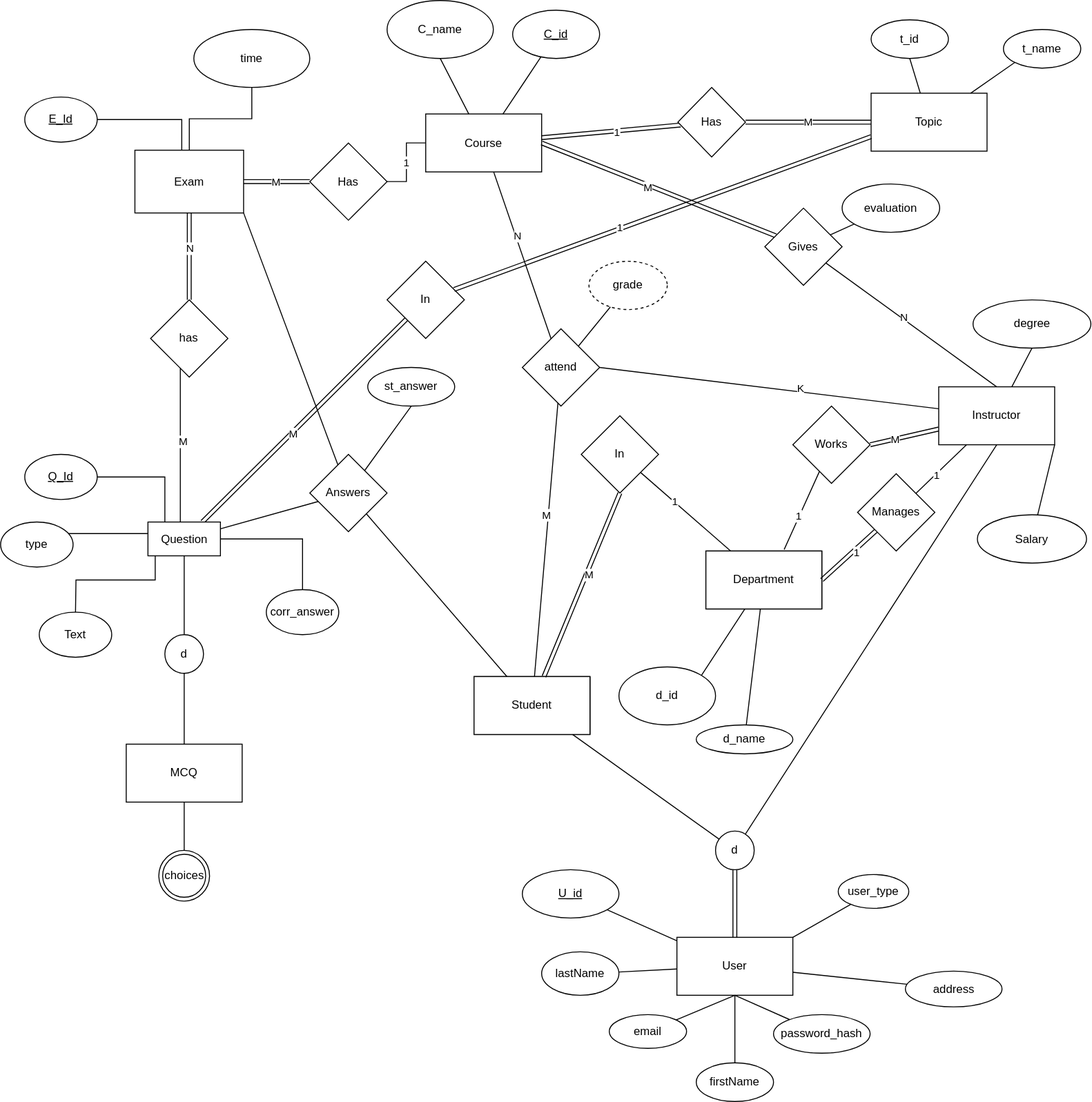
Earlier version of the draw.io export design/ERD.drawio.svg (abdo1819/Examination-system). Source tidied: cells renumbered, new cells last; positions are measured from the earlier drawing's top-left corner, leaving out a move shared by most shapes.
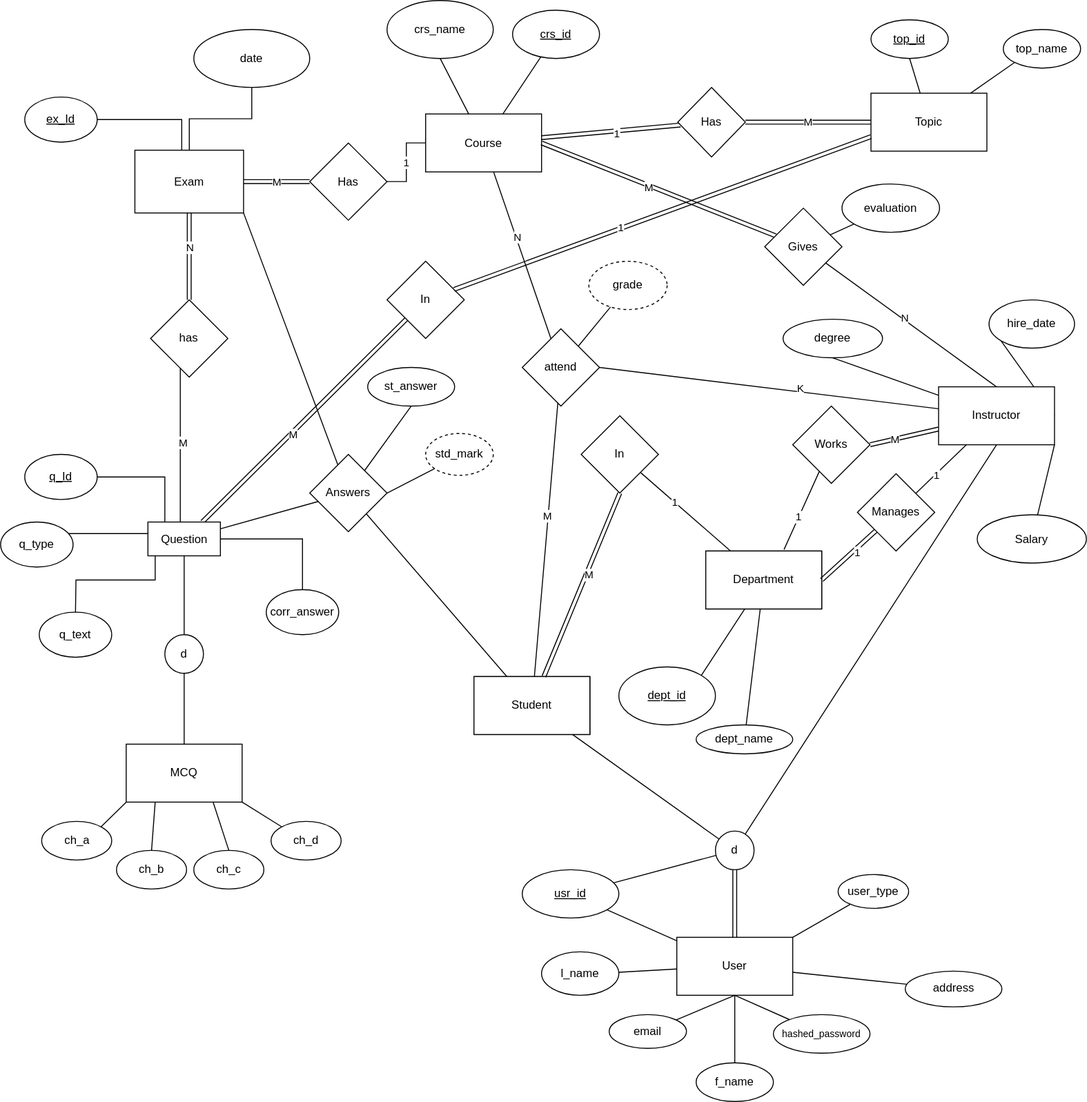
The same file after the commit.

Commit message:
syncing names in ERD, added std_mark derived column

Change to the diagram source:
```diff
@@ -3,7 +3,7 @@
     <mxCell id="0" />
     <mxCell id="1" parent="0" />
     <mxCell id="2" style="group;" parent="1" vertex="1">
-      <mxGeometry y="80" width="839" height="310" as="geometry" />
+      <mxGeometry y="80" width="913" height="310" as="geometry" />
     </mxCell>
     <mxCell id="3" style="edgeStyle=orthogonalEdgeStyle;shape=link;rounded=0;jettySize=auto;html=1;" parent="2" edge="1" source="5" target="9">
       <mxGeometry relative="1" as="geometry" />
@@ -19,7 +19,7 @@
     <mxCell id="6" style="group;" parent="2" vertex="1">
       <mxGeometry x="25" y="20" width="250" height="105" as="geometry" />
     </mxCell>
-    <mxCell id="7" value="&lt;u&gt;E_Id&lt;/u&gt;" style="ellipse;whiteSpace=wrap;html=1;" parent="6" vertex="1">
+    <mxCell id="7" value="&lt;u&gt;ex_Id&lt;/u&gt;" style="ellipse;whiteSpace=wrap;html=1;" parent="6" vertex="1">
       <mxGeometry width="75" height="46.7" as="geometry" />
     </mxCell>
     <mxCell id="8" value="In" style="rhombus;whiteSpace=wrap;html=1;" parent="2" vertex="1">
@@ -53,13 +53,13 @@
     <mxCell id="16" value="Course" style="rounded=0;whiteSpace=wrap;html=1;" parent="15" vertex="1">
       <mxGeometry x="40" y="117.5" width="120" height="60" as="geometry" />
     </mxCell>
-    <mxCell id="17" value="&lt;u&gt;C_id&lt;/u&gt;" style="ellipse;whiteSpace=wrap;html=1;" parent="15" vertex="1">
+    <mxCell id="17" value="&lt;u&gt;crs_id&lt;/u&gt;" style="ellipse;whiteSpace=wrap;html=1;" parent="15" vertex="1">
       <mxGeometry x="130" y="10" width="90" height="50" as="geometry" />
     </mxCell>
     <mxCell id="18" style="edgeStyle=none;rounded=0;jettySize=auto;html=1;endArrow=none;endFill=0;" parent="15" edge="1" source="16" target="17">
       <mxGeometry relative="1" as="geometry" />
     </mxCell>
-    <mxCell id="19" value="C_name" style="ellipse;whiteSpace=wrap;html=1;" parent="15" vertex="1">
+    <mxCell id="19" value="crs_name" style="ellipse;whiteSpace=wrap;html=1;" parent="15" vertex="1">
       <mxGeometry width="110" height="60" as="geometry" />
     </mxCell>
     <mxCell id="20" style="edgeStyle=none;rounded=0;jettySize=auto;html=1;entryX=0.5;entryY=1;entryDx=0;entryDy=0;endArrow=none;endFill=0;" parent="15" edge="1" source="16" target="19">
@@ -71,6 +71,9 @@
     <mxCell id="22" value="1" style="edgeStyle=orthogonalEdgeStyle;rounded=0;jettySize=auto;html=1;endArrow=none;endFill=0;" parent="21" edge="1" source="5" target="16">
       <mxGeometry relative="1" as="geometry" />
     </mxCell>
+    <mxCell id="122" value="degree" style="ellipse;whiteSpace=wrap;html=1;" parent="2" vertex="1">
+      <mxGeometry x="810" y="250" width="103" height="40" as="geometry" />
+    </mxCell>
     <mxCell id="23" style="edgeStyle=orthogonalEdgeStyle;rounded=0;jettySize=auto;html=1;endArrow=none;endFill=0;" parent="1" edge="1" source="11" target="103">
       <mxGeometry relative="1" as="geometry">
         <Array as="points">
@@ -103,10 +106,10 @@
     <mxCell id="31" value="Student" style="rounded=0;whiteSpace=wrap;html=1;" parent="29" vertex="1">
       <mxGeometry y="150" width="120" height="60" as="geometry" />
     </mxCell>
-    <mxCell id="32" value="d_id" style="ellipse;whiteSpace=wrap;html=1;" parent="29" vertex="1">
+    <mxCell id="32" value="&lt;u&gt;dept_id&lt;/u&gt;" style="ellipse;whiteSpace=wrap;html=1;" parent="29" vertex="1">
       <mxGeometry x="150" y="140" width="100" height="60" as="geometry" />
     </mxCell>
-    <mxCell id="33" value="d_name" style="ellipse;whiteSpace=wrap;html=1;" parent="29" vertex="1">
+    <mxCell id="33" value="dept_name" style="ellipse;whiteSpace=wrap;html=1;" parent="29" vertex="1">
       <mxGeometry x="230" y="200" width="100" height="30" as="geometry" />
     </mxCell>
     <mxCell id="34" style="group;" parent="29" vertex="1">
@@ -185,6 +188,9 @@
     <mxCell id="57" style="edgeStyle=none;rounded=0;jettySize=auto;html=1;entryX=0.5;entryY=1;entryDx=0;entryDy=0;endArrow=none;endFill=0;" parent="1" edge="1" source="58" target="122">
       <mxGeometry relative="1" as="geometry" />
     </mxCell>
+    <mxCell id="127" style="edgeStyle=none;html=1;exitX=1;exitY=0.5;exitDx=0;exitDy=0;entryX=0;entryY=0.5;entryDx=0;entryDy=0;fontSize=10;endArrow=none;endFill=0;" parent="1" edge="1" source="58" target="135">
+      <mxGeometry relative="1" as="geometry" />
+    </mxCell>
     <mxCell id="58" value="Instructor" style="rounded=0;whiteSpace=wrap;html=1;" parent="1" vertex="1">
       <mxGeometry x="971" y="400" width="120" height="60" as="geometry" />
     </mxCell>
@@ -212,19 +218,19 @@
     <mxCell id="66" style="edgeStyle=none;rounded=0;jettySize=auto;html=1;entryX=0.5;entryY=1;entryDx=0;entryDy=0;endArrow=none;endFill=0;" parent="62" edge="1" source="67" target="63">
       <mxGeometry relative="1" as="geometry" />
     </mxCell>
-    <mxCell id="67" value="password_hash" style="ellipse;whiteSpace=wrap;html=1;" parent="62" vertex="1">
+    <mxCell id="67" value="&lt;font style=&quot;font-size: 10px&quot;&gt;hashed_password&lt;/font&gt;" style="ellipse;whiteSpace=wrap;html=1;" parent="62" vertex="1">
       <mxGeometry x="260" y="150" width="100" height="40" as="geometry" />
     </mxCell>
     <mxCell id="68" style="edgeStyle=none;rounded=0;jettySize=auto;html=1;endArrow=none;endFill=0;" parent="62" edge="1" source="69" target="63">
       <mxGeometry relative="1" as="geometry" />
     </mxCell>
-    <mxCell id="69" value="firstName" style="ellipse;whiteSpace=wrap;html=1;" parent="62" vertex="1">
+    <mxCell id="69" value="f_name" style="ellipse;whiteSpace=wrap;html=1;" parent="62" vertex="1">
       <mxGeometry x="180" y="200" width="80" height="40" as="geometry" />
     </mxCell>
     <mxCell id="70" style="edgeStyle=none;rounded=0;jettySize=auto;html=1;endArrow=none;endFill=0;" parent="62" edge="1" source="71" target="63">
       <mxGeometry relative="1" as="geometry" />
     </mxCell>
-    <mxCell id="71" value="lastName" style="ellipse;whiteSpace=wrap;html=1;" parent="62" vertex="1">
+    <mxCell id="71" value="l_name" style="ellipse;whiteSpace=wrap;html=1;" parent="62" vertex="1">
       <mxGeometry x="20" y="85" width="80" height="45" as="geometry" />
     </mxCell>
     <mxCell id="72" style="edgeStyle=none;rounded=0;jettySize=auto;html=1;endArrow=none;endFill=0;" parent="62" edge="1" source="73" target="63">
@@ -236,7 +242,7 @@
     <mxCell id="74" style="edgeStyle=none;rounded=0;jettySize=auto;html=1;endArrow=none;endFill=0;" parent="62" edge="1" source="75" target="63">
       <mxGeometry relative="1" as="geometry" />
     </mxCell>
-    <mxCell id="75" value="&lt;u&gt;U_id&lt;/u&gt;" style="ellipse;whiteSpace=wrap;html=1;" parent="62" vertex="1">
+    <mxCell id="75" value="&lt;u&gt;usr_id&lt;/u&gt;" style="ellipse;whiteSpace=wrap;html=1;" parent="62" vertex="1">
       <mxGeometry width="100" height="50" as="geometry" />
     </mxCell>
     <mxCell id="76" style="edgeStyle=none;rounded=0;jettySize=auto;html=1;entryX=1;entryY=0;entryDx=0;entryDy=0;endArrow=none;endFill=0;" parent="62" edge="1" source="77" target="63">
@@ -295,10 +301,10 @@
     <mxCell id="93" value="Topic" style="rounded=0;whiteSpace=wrap;html=1;" parent="1" vertex="1">
       <mxGeometry x="901" y="96" width="120" height="60" as="geometry" />
     </mxCell>
-    <mxCell id="94" value="t_id" style="ellipse;whiteSpace=wrap;html=1;" parent="1" vertex="1">
+    <mxCell id="94" value="&lt;u&gt;top_id&lt;/u&gt;" style="ellipse;whiteSpace=wrap;html=1;" parent="1" vertex="1">
       <mxGeometry x="901" y="20" width="80" height="40" as="geometry" />
     </mxCell>
-    <mxCell id="95" value="t_name" style="ellipse;whiteSpace=wrap;html=1;" parent="1" vertex="1">
+    <mxCell id="95" value="top_name" style="ellipse;whiteSpace=wrap;html=1;" parent="1" vertex="1">
       <mxGeometry x="1038" y="30" width="80" height="40" as="geometry" />
     </mxCell>
     <mxCell id="96" style="edgeStyle=none;rounded=0;jettySize=auto;html=1;shape=link;" parent="1" edge="1" source="99" target="16">
@@ -315,9 +321,18 @@
     <mxCell id="99" value="Has" style="rhombus;whiteSpace=wrap;html=1;" parent="1" vertex="1">
       <mxGeometry x="701" y="90" width="70" height="72" as="geometry" />
     </mxCell>
-    <mxCell id="100" style="edgeStyle=orthogonalEdgeStyle;rounded=0;jettySize=auto;html=1;endArrow=none;endFill=0;" parent="1" edge="1" source="101" target="104">
-      <mxGeometry relative="1" as="geometry" />
-    </mxCell>
+    <mxCell id="128" style="edgeStyle=none;html=1;exitX=0;exitY=1;exitDx=0;exitDy=0;entryX=1;entryY=0;entryDx=0;entryDy=0;fontSize=12;endArrow=none;endFill=0;" parent="1" edge="1" source="101" target="136">
+      <mxGeometry relative="1" as="geometry" />
+    </mxCell>
+    <mxCell id="129" style="edgeStyle=none;html=1;exitX=0.25;exitY=1;exitDx=0;exitDy=0;entryX=0.5;entryY=0;entryDx=0;entryDy=0;fontSize=12;endArrow=none;endFill=0;" parent="1" edge="1" source="101" target="137">
+      <mxGeometry relative="1" as="geometry" />
+    </mxCell>
+    <mxCell id="130" style="edgeStyle=none;html=1;exitX=0.75;exitY=1;exitDx=0;exitDy=0;entryX=0.5;entryY=0;entryDx=0;entryDy=0;fontSize=12;endArrow=none;endFill=0;" parent="1" edge="1" source="101" target="138">
+      <mxGeometry relative="1" as="geometry" />
+    </mxCell>
+    <mxCell id="131" style="edgeStyle=none;html=1;exitX=1;exitY=1;exitDx=0;exitDy=0;entryX=0;entryY=0;entryDx=0;entryDy=0;fontSize=12;endArrow=none;endFill=0;" parent="1" edge="1" source="101" target="139">
+      <mxGeometry relative="1" as="geometry" />
+    </mxCell>
     <mxCell id="101" value="MCQ" style="rounded=0;whiteSpace=wrap;html=1;" parent="1" vertex="1">
       <mxGeometry x="130" y="770" width="120" height="60" as="geometry" />
     </mxCell>
@@ -327,10 +342,7 @@
     <mxCell id="103" value="Question" style="rounded=0;whiteSpace=wrap;html=1;" parent="1" vertex="1">
       <mxGeometry x="152.5" y="540" width="75" height="35" as="geometry" />
     </mxCell>
-    <mxCell id="104" value="choices" style="ellipse;shape=doubleEllipse;html=1;dashed=0;whitespace=wrap;" parent="1" vertex="1">
-      <mxGeometry x="163.8" y="880" width="52.5" height="52.5" as="geometry" />
-    </mxCell>
-    <mxCell id="105" value="Text" style="ellipse;whiteSpace=wrap;html=1;" parent="1" vertex="1">
+    <mxCell id="105" value="q_text" style="ellipse;whiteSpace=wrap;html=1;" parent="1" vertex="1">
       <mxGeometry x="40" y="633.3" width="75" height="46.7" as="geometry" />
     </mxCell>
     <mxCell id="106" style="edgeStyle=orthogonalEdgeStyle;rounded=0;jettySize=auto;html=1;endArrow=none;endFill=0;" parent="1" edge="1" source="103" target="105">
@@ -348,7 +360,7 @@
     <mxCell id="108" style="edgeStyle=orthogonalEdgeStyle;rounded=0;jettySize=auto;html=1;endArrow=none;endFill=0;" parent="1" edge="1" source="103" target="107">
       <mxGeometry relative="1" as="geometry" />
     </mxCell>
-    <mxCell id="109" value="&lt;u&gt;Q_Id&lt;/u&gt;" style="ellipse;whiteSpace=wrap;html=1;" parent="1" vertex="1">
+    <mxCell id="109" value="&lt;u&gt;q_Id&lt;/u&gt;" style="ellipse;whiteSpace=wrap;html=1;" parent="1" vertex="1">
       <mxGeometry x="25" y="470" width="75" height="46.7" as="geometry" />
     </mxCell>
     <mxCell id="110" style="edgeStyle=orthogonalEdgeStyle;rounded=0;jettySize=auto;html=1;entryX=1;entryY=0.5;entryDx=0;entryDy=0;endArrow=none;endFill=0;" parent="1" edge="1" source="103" target="109">
@@ -358,7 +370,7 @@
         </Array>
       </mxGeometry>
     </mxCell>
-    <mxCell id="111" value="type" style="ellipse;whiteSpace=wrap;html=1;" parent="1" vertex="1">
+    <mxCell id="111" value="q_type" style="ellipse;whiteSpace=wrap;html=1;" parent="1" vertex="1">
       <mxGeometry y="540" width="75" height="46.7" as="geometry" />
     </mxCell>
     <mxCell id="112" style="edgeStyle=orthogonalEdgeStyle;rounded=0;jettySize=auto;html=1;endArrow=none;endFill=0;" parent="1" edge="1" source="103" target="111">
@@ -381,7 +393,7 @@
     <mxCell id="116" value="d" style="ellipse;whiteSpace=wrap;html=1;" parent="1" vertex="1">
       <mxGeometry x="170" y="656.7" width="40" height="40" as="geometry" />
     </mxCell>
-    <mxCell id="117" value="time" style="ellipse;whiteSpace=wrap;html=1;" parent="1" vertex="1">
+    <mxCell id="117" value="date" style="ellipse;whiteSpace=wrap;html=1;" parent="1" vertex="1">
       <mxGeometry x="200" y="30" width="120" height="60" as="geometry" />
     </mxCell>
     <mxCell id="118" style="edgeStyle=orthogonalEdgeStyle;rounded=0;jettySize=auto;html=1;entryX=0.5;entryY=1;entryDx=0;entryDy=0;endArrow=none;endFill=0;" parent="1" edge="1" source="9" target="117">
@@ -396,9 +408,6 @@
     <mxCell id="121" style="edgeStyle=none;rounded=0;jettySize=auto;html=1;endArrow=none;endFill=0;" parent="1" edge="1" source="14" target="52">
       <mxGeometry relative="1" as="geometry" />
     </mxCell>
-    <mxCell id="122" value="degree" style="ellipse;whiteSpace=wrap;html=1;" parent="1" vertex="1">
-      <mxGeometry x="1006.5" y="310" width="122" height="50" as="geometry" />
-    </mxCell>
     <mxCell id="123" style="edgeStyle=none;rounded=0;jettySize=auto;html=1;endArrow=none;endFill=0;" parent="1" edge="1" source="124" target="88">
       <mxGeometry relative="1" as="geometry" />
     </mxCell>
@@ -413,5 +422,29 @@
         <mxPoint y="-6" as="offset" />
       </mxGeometry>
     </mxCell>
+    <mxCell id="132" style="edgeStyle=none;html=1;exitX=0;exitY=1;exitDx=0;exitDy=0;entryX=1;entryY=0.5;entryDx=0;entryDy=0;endArrow=none;endFill=0;" parent="1" edge="1" source="133" target="113">
+      <mxGeometry relative="1" as="geometry" />
+    </mxCell>
+    <mxCell id="133" value="std_mark" style="ellipse;whiteSpace=wrap;html=1;dashed=1;" parent="1" vertex="1">
+      <mxGeometry x="440" y="448.3" width="70" height="43.3" as="geometry" />
+    </mxCell>
+    <mxCell id="134" style="edgeStyle=none;html=1;endArrow=none;endFill=0;" parent="1" edge="1" source="75" target="119">
+      <mxGeometry relative="1" as="geometry" />
+    </mxCell>
+    <mxCell id="135" value="hire_date" style="ellipse;whiteSpace=wrap;html=1;fontSize=12;" parent="1" vertex="1">
+      <mxGeometry x="1023.2" y="310" width="88.5" height="50" as="geometry" />
+    </mxCell>
+    <mxCell id="136" value="ch_a" style="ellipse;whiteSpace=wrap;html=1;fontSize=12;" parent="1" vertex="1">
+      <mxGeometry x="42.5" y="850" width="72.5" height="40" as="geometry" />
+    </mxCell>
+    <mxCell id="137" value="ch_b" style="ellipse;whiteSpace=wrap;html=1;fontSize=12;" parent="1" vertex="1">
+      <mxGeometry x="120" y="880" width="72.5" height="40" as="geometry" />
+    </mxCell>
+    <mxCell id="138" value="ch_c" style="ellipse;whiteSpace=wrap;html=1;fontSize=12;" parent="1" vertex="1">
+      <mxGeometry x="200" y="880" width="72.5" height="40" as="geometry" />
+    </mxCell>
+    <mxCell id="139" value="ch_d" style="ellipse;whiteSpace=wrap;html=1;fontSize=12;" parent="1" vertex="1">
+      <mxGeometry x="280" y="850" width="72.5" height="40" as="geometry" />
+    </mxCell>
   </root>
 </mxGraphModel>
```
